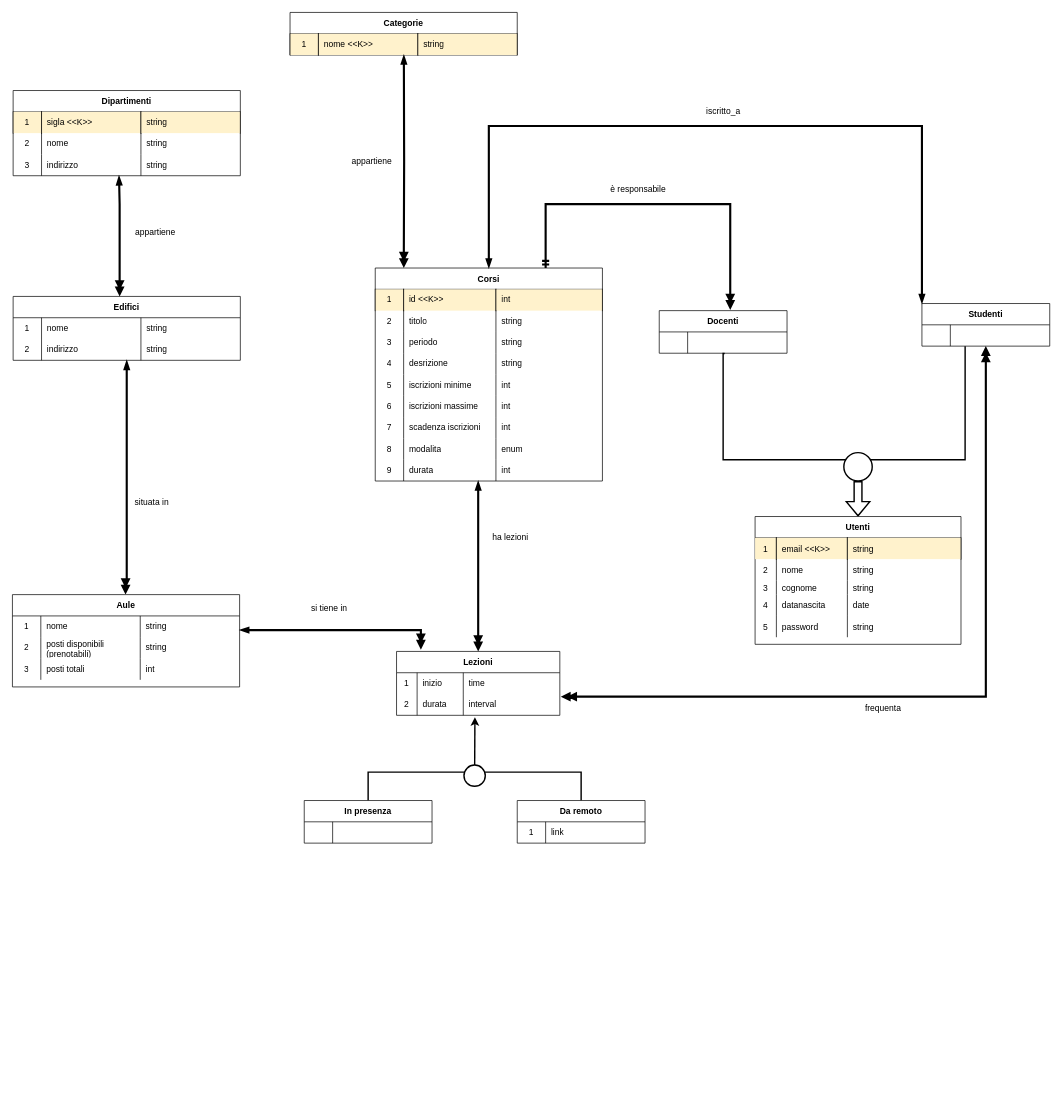
Before: docs/SchemaOggetti.drawio in nicolamarizza/DbProject, a draw.io diagram. Source tidied: cells renumbered, new cells numbered last; positions are measured from the earlier drawing's top-left corner, leaving out a move shared by most shapes. Both pictures are drawn from the tidied source at 71%, with x=0, y=0 at pixel (12, 12).
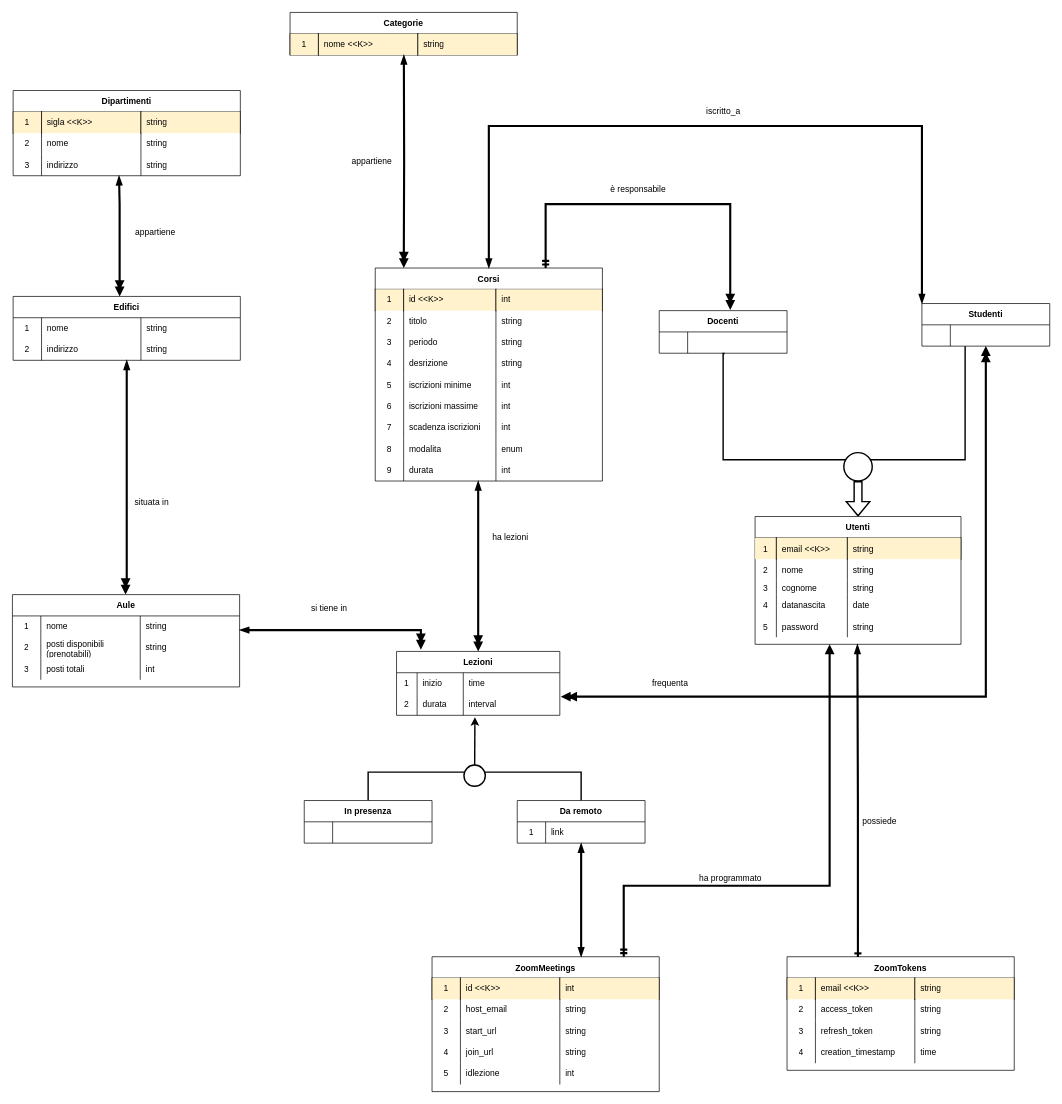
The same page after the edit.

Commit message (it also covers changes not shown here):
Schema ogg

The change refers to these unchanged cells:
```xml
<mxCell id="97" style="shape=tableRow;horizontal=0;startSize=0;swimlaneHead=0;swimlaneBody=0;top=0;left=0;bottom=0;right=0;fillColor=none;points=[[0,0.5],[1,0.5]];portConstraint=eastwest;" parent="96" vertex="1">
  <mxGeometry y="30" width="180" height="30" as="geometry" />
</mxCell>
```

Change to the diagram source:
```diff
@@
     <mxCell id="146" value="frequenta" style="text;html=1;align=center;verticalAlign=middle;strokeColor=none;fillColor=none;" parent="1" vertex="1">
-      <mxGeometry x="1191" y="965" width="70" height="30" as="geometry" />
+      <mxGeometry x="891" y="930" width="70" height="30" as="geometry" />
     </mxCell>
+    <mxCell id="147" value="ZoomTokens" style="shape=table;startSize=30;childLayout=tableLayout;rowLines=0;fontStyle=1;" parent="1" vertex="1">
+      <mxGeometry x="1091" y="1330" width="320" height="160" as="geometry" />
+    </mxCell>
+    <mxCell id="148" style="shape=tableRow;horizontal=0;startSize=0;swimlaneHead=0;swimlaneBody=0;top=0;left=0;bottom=0;right=0;fillColor=none;" parent="147" vertex="1">
+      <mxGeometry y="30" width="320" height="30" as="geometry" />
+    </mxCell>
+    <mxCell id="149" value="1" style="shape=partialRectangle;html=1;whiteSpace=wrap;fillColor=#fff2cc;top=0;left=1;bottom=0;right=1;overflow=hidden;strokeColor=#000000;" parent="148" vertex="1">
+      <mxGeometry width="40" height="30" as="geometry" />
+    </mxCell>
+    <mxCell id="150" value="email&amp;nbsp;&lt;span style=&quot;&quot;&gt;&amp;lt;&amp;lt;K&amp;gt;&amp;gt;&amp;nbsp;&lt;/span&gt;" style="shape=partialRectangle;html=1;whiteSpace=wrap;fillColor=#fff2cc;top=0;left=1;bottom=0;right=1;align=left;spacingLeft=6;overflow=hidden;strokeColor=#000000;" parent="148" vertex="1">
+      <mxGeometry x="40" width="140" height="30" as="geometry" />
+    </mxCell>
+    <mxCell id="151" value="string" style="shape=partialRectangle;html=1;whiteSpace=wrap;fillColor=#fff2cc;top=0;left=1;bottom=0;right=1;align=left;spacingLeft=6;overflow=hidden;strokeColor=#000000;" parent="148" vertex="1">
+      <mxGeometry x="180" width="140" height="30" as="geometry" />
+    </mxCell>
+    <mxCell id="152" style="shape=tableRow;horizontal=0;startSize=0;swimlaneHead=0;swimlaneBody=0;top=0;left=0;bottom=0;right=0;fillColor=none;" parent="147" vertex="1">
+      <mxGeometry y="60" width="320" height="30" as="geometry" />
+    </mxCell>
+    <mxCell id="153" value="2" style="shape=partialRectangle;html=1;whiteSpace=wrap;fillColor=none;top=0;left=0;bottom=0;right=0;overflow=hidden;" parent="152" vertex="1">
+      <mxGeometry width="40" height="30" as="geometry" />
+    </mxCell>
+    <mxCell id="154" value="access_token" style="shape=partialRectangle;html=1;whiteSpace=wrap;fillColor=none;top=0;left=0;bottom=0;right=0;align=left;spacingLeft=6;overflow=hidden;" parent="152" vertex="1">
+      <mxGeometry x="40" width="140" height="30" as="geometry" />
+    </mxCell>
+    <mxCell id="155" value="string" style="shape=partialRectangle;html=1;whiteSpace=wrap;fillColor=none;top=0;left=0;bottom=0;right=0;align=left;spacingLeft=6;overflow=hidden;" parent="152" vertex="1">
+      <mxGeometry x="180" width="140" height="30" as="geometry" />
+    </mxCell>
+    <mxCell id="156" style="shape=tableRow;horizontal=0;startSize=0;swimlaneHead=0;swimlaneBody=0;top=0;left=0;bottom=0;right=0;fillColor=none;" parent="147" vertex="1">
+      <mxGeometry y="90" width="320" height="30" as="geometry" />
+    </mxCell>
+    <mxCell id="157" value="3" style="shape=partialRectangle;html=1;whiteSpace=wrap;fillColor=none;top=0;left=0;bottom=0;right=0;overflow=hidden;" parent="156" vertex="1">
+      <mxGeometry width="40" height="30" as="geometry" />
+    </mxCell>
+    <mxCell id="158" value="refresh_token" style="shape=partialRectangle;html=1;whiteSpace=wrap;fillColor=none;top=0;left=0;bottom=0;right=0;align=left;spacingLeft=6;overflow=hidden;" parent="156" vertex="1">
+      <mxGeometry x="40" width="140" height="30" as="geometry" />
+    </mxCell>
+    <mxCell id="159" value="string" style="shape=partialRectangle;html=1;whiteSpace=wrap;fillColor=none;top=0;left=0;bottom=0;right=0;align=left;spacingLeft=6;overflow=hidden;" parent="156" vertex="1">
+      <mxGeometry x="180" width="140" height="30" as="geometry" />
+    </mxCell>
+    <mxCell id="160" style="shape=tableRow;horizontal=0;startSize=0;swimlaneHead=0;swimlaneBody=0;top=0;left=0;bottom=0;right=0;fillColor=none;" parent="147" vertex="1">
+      <mxGeometry y="120" width="320" height="30" as="geometry" />
+    </mxCell>
+    <mxCell id="161" value="4" style="shape=partialRectangle;html=1;whiteSpace=wrap;fillColor=none;top=0;left=0;bottom=0;right=0;overflow=hidden;" parent="160" vertex="1">
+      <mxGeometry width="40" height="30" as="geometry" />
+    </mxCell>
+    <mxCell id="162" value="creation_timestamp" style="shape=partialRectangle;html=1;whiteSpace=wrap;fillColor=none;top=0;left=0;bottom=0;right=0;align=left;spacingLeft=6;overflow=hidden;" parent="160" vertex="1">
+      <mxGeometry x="40" width="140" height="30" as="geometry" />
+    </mxCell>
+    <mxCell id="163" value="time" style="shape=partialRectangle;html=1;whiteSpace=wrap;fillColor=none;top=0;left=0;bottom=0;right=0;align=left;spacingLeft=6;overflow=hidden;" parent="160" vertex="1">
+      <mxGeometry x="180" width="140" height="30" as="geometry" />
+    </mxCell>
+    <mxCell id="164" value="ZoomMeetings" style="shape=table;startSize=30;childLayout=tableLayout;rowLines=0;fontStyle=1;" parent="1" vertex="1">
+      <mxGeometry x="591" y="1330" width="320" height="190" as="geometry" />
+    </mxCell>
+    <mxCell id="165" style="shape=tableRow;horizontal=0;startSize=0;swimlaneHead=0;swimlaneBody=0;top=0;left=0;bottom=0;right=0;fillColor=none;" parent="164" vertex="1">
+      <mxGeometry y="30" width="320" height="30" as="geometry" />
+    </mxCell>
+    <mxCell id="166" value="1" style="shape=partialRectangle;html=1;whiteSpace=wrap;fillColor=#fff2cc;top=0;left=1;bottom=0;right=1;overflow=hidden;strokeColor=#000000;" parent="165" vertex="1">
+      <mxGeometry width="40" height="30" as="geometry" />
+    </mxCell>
+    <mxCell id="167" value="id &amp;lt;&amp;lt;K&amp;gt;&amp;gt;&amp;nbsp;" style="shape=partialRectangle;html=1;whiteSpace=wrap;fillColor=#fff2cc;top=0;left=1;bottom=0;right=1;align=left;spacingLeft=6;overflow=hidden;strokeColor=#000000;" parent="165" vertex="1">
+      <mxGeometry x="40" width="140" height="30" as="geometry" />
+    </mxCell>
+    <mxCell id="168" value="int" style="shape=partialRectangle;html=1;whiteSpace=wrap;fillColor=#fff2cc;top=0;left=1;bottom=0;right=1;align=left;spacingLeft=6;overflow=hidden;strokeColor=#000000;" parent="165" vertex="1">
+      <mxGeometry x="180" width="140" height="30" as="geometry" />
+    </mxCell>
+    <mxCell id="169" style="shape=tableRow;horizontal=0;startSize=0;swimlaneHead=0;swimlaneBody=0;top=0;left=0;bottom=0;right=0;fillColor=none;" parent="164" vertex="1">
+      <mxGeometry y="60" width="320" height="30" as="geometry" />
+    </mxCell>
+    <mxCell id="170" value="2" style="shape=partialRectangle;html=1;whiteSpace=wrap;fillColor=none;top=0;left=0;bottom=0;right=0;overflow=hidden;" parent="169" vertex="1">
+      <mxGeometry width="40" height="30" as="geometry" />
+    </mxCell>
+    <mxCell id="171" value="host_email" style="shape=partialRectangle;html=1;whiteSpace=wrap;fillColor=none;top=0;left=0;bottom=0;right=0;align=left;spacingLeft=6;overflow=hidden;" parent="169" vertex="1">
+      <mxGeometry x="40" width="140" height="30" as="geometry" />
+    </mxCell>
+    <mxCell id="172" value="string" style="shape=partialRectangle;html=1;whiteSpace=wrap;fillColor=none;top=0;left=0;bottom=0;right=0;align=left;spacingLeft=6;overflow=hidden;" parent="169" vertex="1">
+      <mxGeometry x="180" width="140" height="30" as="geometry" />
+    </mxCell>
+    <mxCell id="173" style="shape=tableRow;horizontal=0;startSize=0;swimlaneHead=0;swimlaneBody=0;top=0;left=0;bottom=0;right=0;fillColor=none;" parent="164" vertex="1">
+      <mxGeometry y="90" width="320" height="30" as="geometry" />
+    </mxCell>
+    <mxCell id="174" value="3" style="shape=partialRectangle;html=1;whiteSpace=wrap;fillColor=none;top=0;left=0;bottom=0;right=0;overflow=hidden;" parent="173" vertex="1">
+      <mxGeometry width="40" height="30" as="geometry" />
+    </mxCell>
+    <mxCell id="175" value="start_url" style="shape=partialRectangle;html=1;whiteSpace=wrap;fillColor=none;top=0;left=0;bottom=0;right=0;align=left;spacingLeft=6;overflow=hidden;" parent="173" vertex="1">
+      <mxGeometry x="40" width="140" height="30" as="geometry" />
+    </mxCell>
+    <mxCell id="176" value="string" style="shape=partialRectangle;html=1;whiteSpace=wrap;fillColor=none;top=0;left=0;bottom=0;right=0;align=left;spacingLeft=6;overflow=hidden;" parent="173" vertex="1">
+      <mxGeometry x="180" width="140" height="30" as="geometry" />
+    </mxCell>
+    <mxCell id="177" style="shape=tableRow;horizontal=0;startSize=0;swimlaneHead=0;swimlaneBody=0;top=0;left=0;bottom=0;right=0;fillColor=none;" parent="164" vertex="1">
+      <mxGeometry y="120" width="320" height="30" as="geometry" />
+    </mxCell>
+    <mxCell id="178" value="4" style="shape=partialRectangle;html=1;whiteSpace=wrap;fillColor=none;top=0;left=0;bottom=0;right=0;overflow=hidden;" parent="177" vertex="1">
+      <mxGeometry width="40" height="30" as="geometry" />
+    </mxCell>
+    <mxCell id="179" value="join_url" style="shape=partialRectangle;html=1;whiteSpace=wrap;fillColor=none;top=0;left=0;bottom=0;right=0;align=left;spacingLeft=6;overflow=hidden;" parent="177" vertex="1">
+      <mxGeometry x="40" width="140" height="30" as="geometry" />
+    </mxCell>
+    <mxCell id="180" value="string" style="shape=partialRectangle;html=1;whiteSpace=wrap;fillColor=none;top=0;left=0;bottom=0;right=0;align=left;spacingLeft=6;overflow=hidden;" parent="177" vertex="1">
+      <mxGeometry x="180" width="140" height="30" as="geometry" />
+    </mxCell>
+    <mxCell id="181" style="shape=tableRow;horizontal=0;startSize=0;swimlaneHead=0;swimlaneBody=0;top=0;left=0;bottom=0;right=0;fillColor=none;" parent="164" vertex="1">
+      <mxGeometry y="150" width="320" height="30" as="geometry" />
+    </mxCell>
+    <mxCell id="182" value="5" style="shape=partialRectangle;html=1;whiteSpace=wrap;fillColor=none;top=0;left=0;bottom=0;right=0;overflow=hidden;" parent="181" vertex="1">
+      <mxGeometry width="40" height="30" as="geometry" />
+    </mxCell>
+    <mxCell id="183" value="idlezione" style="shape=partialRectangle;html=1;whiteSpace=wrap;fillColor=none;top=0;left=0;bottom=0;right=0;align=left;spacingLeft=6;overflow=hidden;" parent="181" vertex="1">
+      <mxGeometry x="40" width="140" height="30" as="geometry" />
+    </mxCell>
+    <mxCell id="184" value="int" style="shape=partialRectangle;html=1;whiteSpace=wrap;fillColor=none;top=0;left=0;bottom=0;right=0;align=left;spacingLeft=6;overflow=hidden;" parent="181" vertex="1">
+      <mxGeometry x="180" width="140" height="30" as="geometry" />
+    </mxCell>
+    <mxCell id="185" style="edgeStyle=orthogonalEdgeStyle;rounded=0;jettySize=auto;html=1;exitX=0.312;exitY=0.002;exitDx=0;exitDy=0;startArrow=ERone;startFill=0;endArrow=blockThin;endFill=1;strokeWidth=3;exitPerimeter=0;" parent="1" edge="1" source="147">
+      <mxGeometry relative="1" as="geometry">
+        <mxPoint x="1190.1" y="890" as="targetPoint" />
+        <Array as="points">
+          <mxPoint x="1191" y="1110" />
+          <mxPoint x="1190" y="1110" />
+        </Array>
+      </mxGeometry>
+    </mxCell>
+    <mxCell id="186" style="edgeStyle=orthogonalEdgeStyle;rounded=0;jettySize=auto;html=1;startArrow=blockThin;startFill=1;endArrow=blockThin;endFill=1;strokeWidth=3;entryX=0.5;entryY=1;entryDx=0;entryDy=0;entryPerimeter=0;" parent="1" edge="1" target="97">
+      <mxGeometry relative="1" as="geometry">
+        <mxPoint x="801" y="1330" as="sourcePoint" />
+        <Array as="points">
+          <mxPoint x="801" y="1330" />
+        </Array>
+      </mxGeometry>
+    </mxCell>
+    <mxCell id="187" style="edgeStyle=orthogonalEdgeStyle;rounded=0;orthogonalLoop=1;jettySize=auto;html=1;startArrow=ERmandOne;startFill=0;endArrow=block;endFill=1;strokeWidth=3;" parent="1" edge="1">
+      <mxGeometry relative="1" as="geometry">
+        <mxPoint x="861" y="1330" as="sourcePoint" />
+        <mxPoint x="1151" y="890" as="targetPoint" />
+        <Array as="points">
+          <mxPoint x="861" y="1230" />
+          <mxPoint x="1151" y="1230" />
+        </Array>
+      </mxGeometry>
+    </mxCell>
+    <mxCell id="188" value="possiede" style="text;html=1;align=center;verticalAlign=middle;strokeColor=none;fillColor=none;" parent="1" vertex="1">
+      <mxGeometry x="1191" y="1130" width="60" height="20" as="geometry" />
+    </mxCell>
+    <mxCell id="189" value="ha programmato" style="text;html=1;align=center;verticalAlign=middle;strokeColor=none;fillColor=none;" parent="1" vertex="1">
+      <mxGeometry x="961" y="1210" width="100" height="20" as="geometry" />
+    </mxCell>
```
